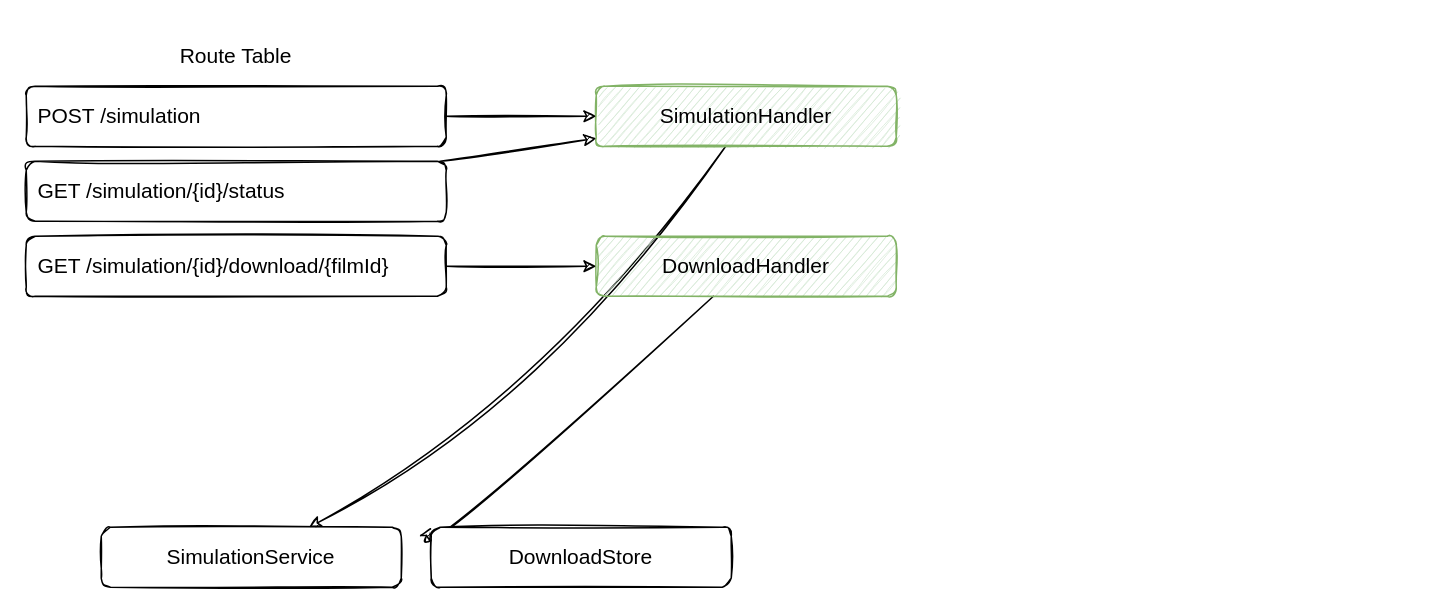
Above: micro-galaxy.drawio in estrondo/micro-galaxy-docs (draw.io), before the change. Source tidied: cells renumbered, new cells numbered last; positions are measured from the earlier drawing's top-left corner, leaving out a move shared by most shapes. Both pictures are drawn from the tidied source at 150%, with x=0, y=0 at pixel (26, 26).
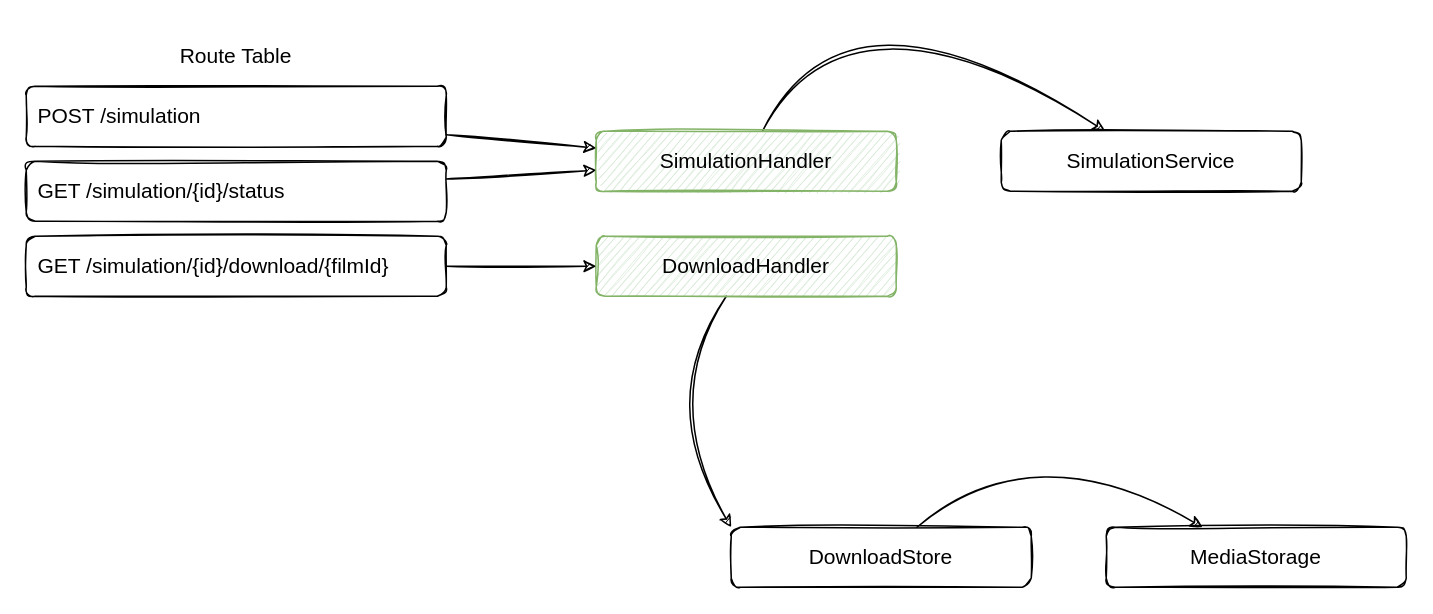
The same diagram, later.

Unchanged cells that the change refers to:
```xml
<mxCell id="8" value="DownloadHandler" style="rounded=1;whiteSpace=wrap;html=1;sketch=1;fontSize=14;fillColor=#d5e8d4;strokeColor=#82b366;" parent="1" vertex="1">
  <mxGeometry x="380" y="140" width="200" height="40" as="geometry" />
</mxCell>
```

The edit, as a diff of the source:
```diff
@@
     <mxCell id="2" style="endArrow=classic;fontSize=14;sketch=1;html=1;curved=1;" parent="1" edge="1" source="9" target="14">
       <mxGeometry relative="1" as="geometry">
         <Array as="points">
-          <mxPoint x="350" y="250" />
+          <mxPoint x="550" y="-40" />
         </Array>
       </mxGeometry>
     </mxCell>
     <mxCell id="3" style="endArrow=classic;fontSize=14;sketch=1;html=1;curved=1;entryX=0;entryY=0;entryDx=0;entryDy=0;" parent="1" edge="1" source="8" target="13">
       <mxGeometry relative="1" as="geometry">
         <Array as="points">
-          <mxPoint x="250" y="370" />
+          <mxPoint x="420" y="250" />
         </Array>
       </mxGeometry>
     </mxCell>
@@
     <mxCell id="9" value="&lt;div&gt;SimulationHandler&lt;/div&gt;" style="rounded=1;whiteSpace=wrap;html=1;sketch=1;fontSize=14;fillColor=#d5e8d4;strokeColor=#82b366;" parent="1" vertex="1">
-      <mxGeometry x="380" y="40" width="200" height="40" as="geometry" />
+      <mxGeometry x="380" y="70" width="200" height="40" as="geometry" />
     </mxCell>
@@
     <mxCell id="13" value="DownloadStore" style="rounded=1;whiteSpace=wrap;html=1;sketch=1;fontSize=14;" parent="1" vertex="1">
-      <mxGeometry x="270" y="334" width="200" height="40" as="geometry" />
+      <mxGeometry x="470" y="334" width="200" height="40" as="geometry" />
     </mxCell>
     <mxCell id="14" value="SimulationService" style="rounded=1;whiteSpace=wrap;html=1;sketch=1;fontSize=14;" parent="1" vertex="1">
-      <mxGeometry x="50" y="334" width="200" height="40" as="geometry" />
+      <mxGeometry x="650" y="70" width="200" height="40" as="geometry" />
     </mxCell>
+    <mxCell id="15" value="MediaStorage" style="rounded=1;whiteSpace=wrap;html=1;sketch=1;fontSize=14;" parent="1" vertex="1">
+      <mxGeometry x="720" y="334" width="200" height="40" as="geometry" />
+    </mxCell>
+    <mxCell id="16" style="endArrow=classic;fontSize=14;sketch=1;html=1;curved=1;" parent="1" edge="1" source="13" target="15">
+      <mxGeometry relative="1" as="geometry">
+        <Array as="points">
+          <mxPoint x="670" y="270" />
+        </Array>
+      </mxGeometry>
+    </mxCell>
```
